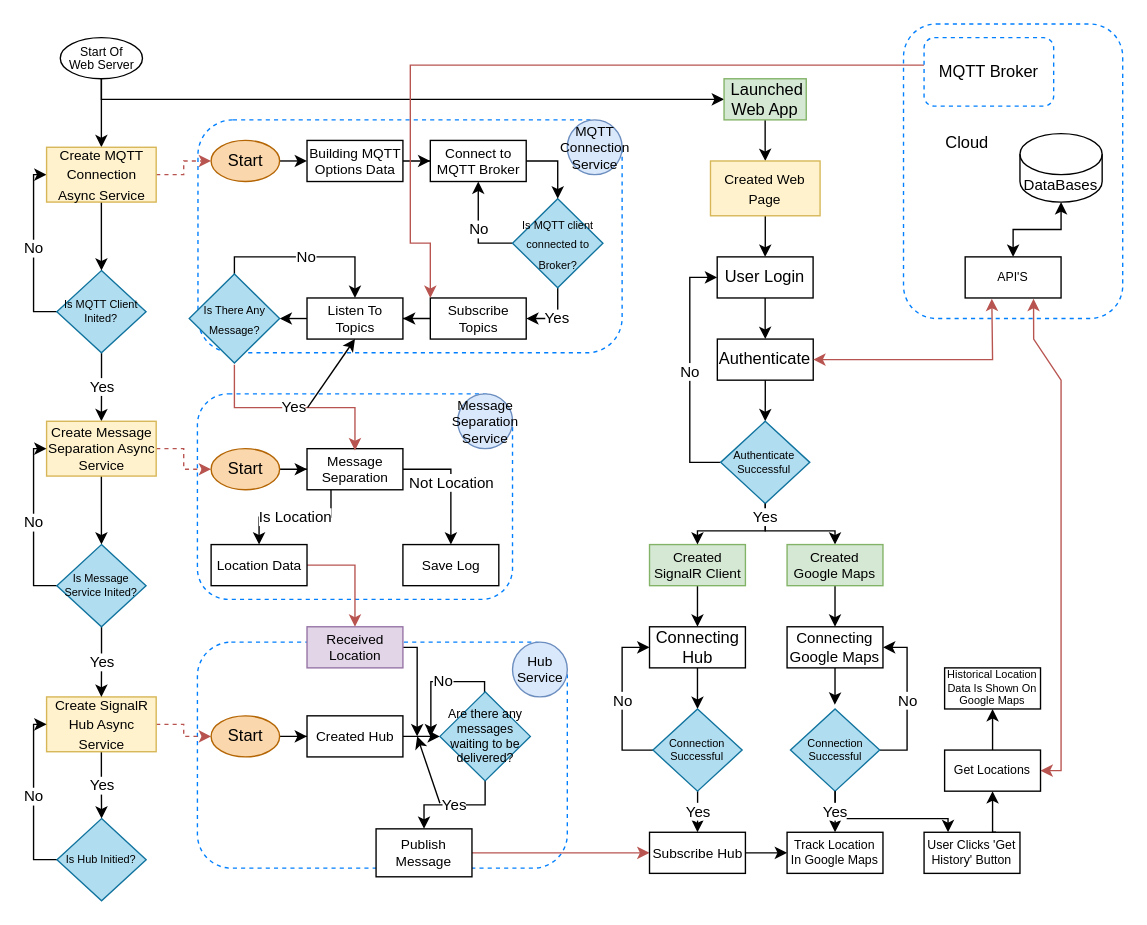
Earlier version of the draw.io diagram web_app/docs/ProjectDiagram.drawio (Mona-Roza/car_tracking). Source tidied: cells renumbered, new cells numbered last; positions are measured from the earlier drawing's top-left corner, leaving out a move shared by most shapes. Both pictures are drawn from the tidied source at 137%, with x=0, y=0 at pixel (33, 23).
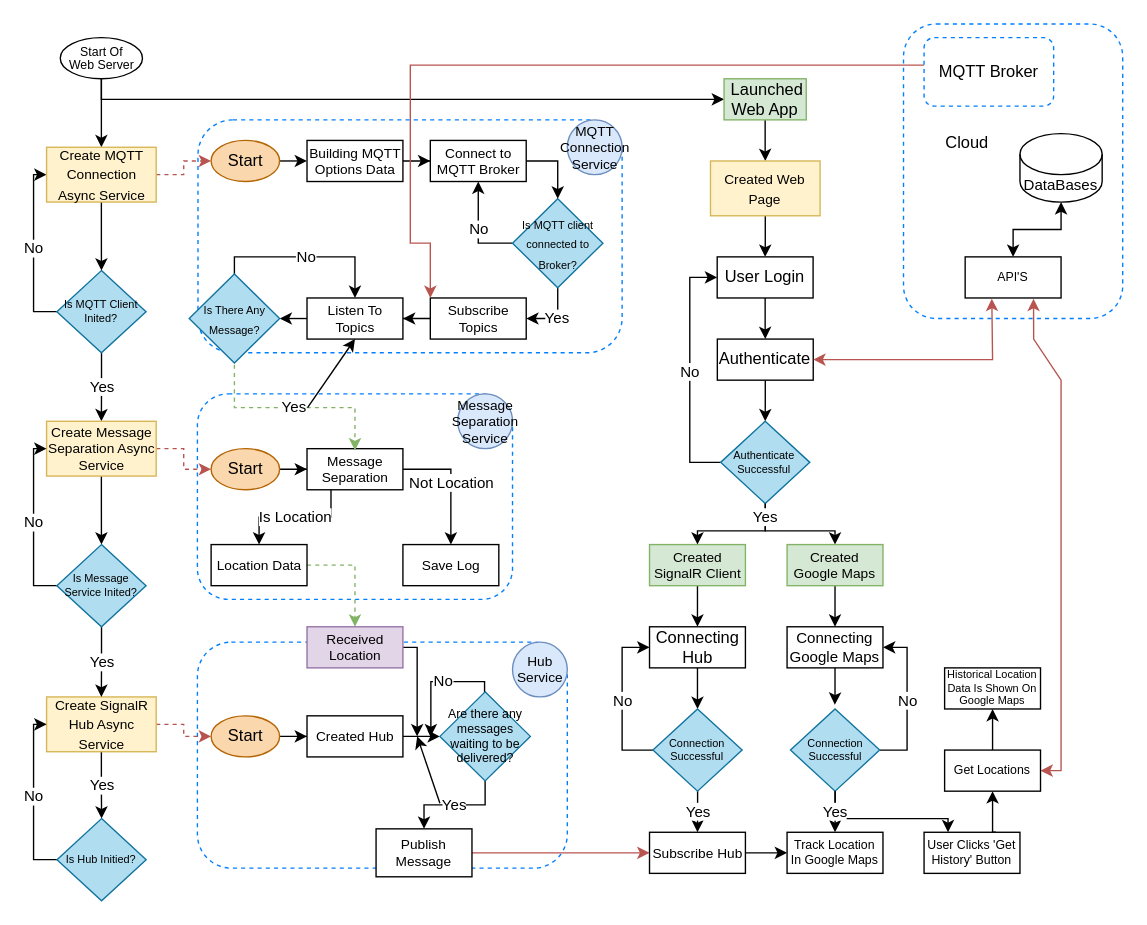
Above is the later version.

The change refers to these unchanged cells:
```xml
<mxCell id="42" value="Location Data" style="rounded=0;whiteSpace=wrap;html=1;fontSize=10;" parent="1" vertex="1">
  <mxGeometry x="129.6" y="380" width="70" height="30" as="geometry" />
</mxCell>
<mxCell id="48" value="Received Location" style="rounded=0;whiteSpace=wrap;html=1;fontSize=10;fillColor=#e1d5e7;strokeColor=#9673a6;" parent="1" vertex="1">
  <mxGeometry x="199.6" y="440" width="70" height="30" as="geometry" />
</mxCell>
```

Change to the diagram source:
```diff
@@
-    <mxCell id="41" style="edgeStyle=orthogonalEdgeStyle;rounded=0;jettySize=auto;html=1;exitX=1;exitY=0.5;exitDx=0;exitDy=0;entryX=0.5;entryY=0;entryDx=0;entryDy=0;fillColor=#f8cecc;strokeColor=#b85450;" parent="1" edge="1" source="42" target="48">
+    <mxCell id="41" style="edgeStyle=orthogonalEdgeStyle;rounded=0;jettySize=auto;html=1;exitX=1;exitY=0.5;exitDx=0;exitDy=0;entryX=0.5;entryY=0;entryDx=0;entryDy=0;fillColor=#d5e8d4;strokeColor=#82b366;dashed=1;" parent="1" edge="1" source="42" target="48">
       <mxGeometry relative="1" as="geometry" />
     </mxCell>
@@
-    <mxCell id="73" value="Yes" style="edgeStyle=orthogonalEdgeStyle;rounded=0;orthogonalLoop=1;jettySize=auto;html=1;exitX=0.5;exitY=1;exitDx=0;exitDy=0;fillColor=#f8cecc;strokeColor=#b85450;" parent="1" edge="1">
+    <mxCell id="73" value="Yes" style="edgeStyle=orthogonalEdgeStyle;rounded=0;orthogonalLoop=1;jettySize=auto;html=1;exitX=0.5;exitY=1;exitDx=0;exitDy=0;fillColor=#d5e8d4;strokeColor=#82b366;dashed=1;" parent="1" edge="1">
       <mxGeometry relative="1" as="geometry">
         <mxPoint x="146.6" y="248.7" as="sourcePoint" />
         <mxPoint x="234.6" y="311.3" as="targetPoint" />
         <Array as="points">
           <mxPoint x="147" y="280" />
           <mxPoint x="235" y="280" />
         </Array>
       </mxGeometry>
     </mxCell>
```
